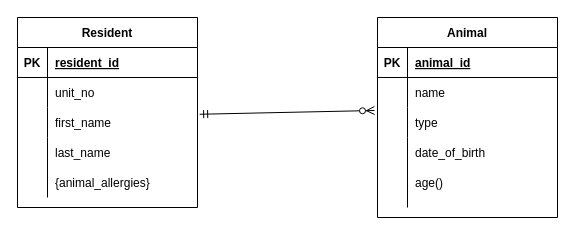
mooskiiiie/Entity-Relationship-Diagram keeps this draw.io diagram as Untitled Diagram.drawio. Above is the earlier version. Source tidied: cells renumbered, new cells numbered last; positions are measured from the earlier drawing's top-left corner, leaving out a move shared by most shapes. Both pictures are drawn from the tidied source at 100%, with x=0, y=0 at pixel (17, 17).
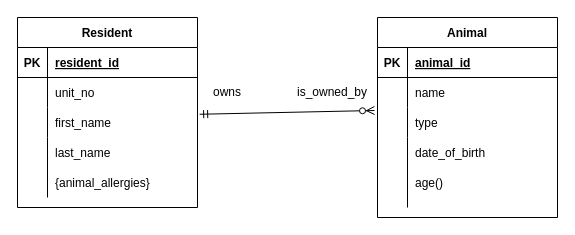
Above is the later version.

Diff of the diagram source:
```diff
@@
+    <mxCell id="35" value="owns" style="text;html=1;strokeColor=none;fillColor=none;align=center;verticalAlign=middle;whiteSpace=wrap;rounded=0;" parent="1" vertex="1">
+      <mxGeometry x="190" y="65" width="40" height="20" as="geometry" />
+    </mxCell>
+    <mxCell id="36" value="is_owned_by" style="text;html=1;strokeColor=none;fillColor=none;align=center;verticalAlign=middle;whiteSpace=wrap;rounded=0;" parent="1" vertex="1">
+      <mxGeometry x="295" y="65" width="40" height="20" as="geometry" />
+    </mxCell>
```
